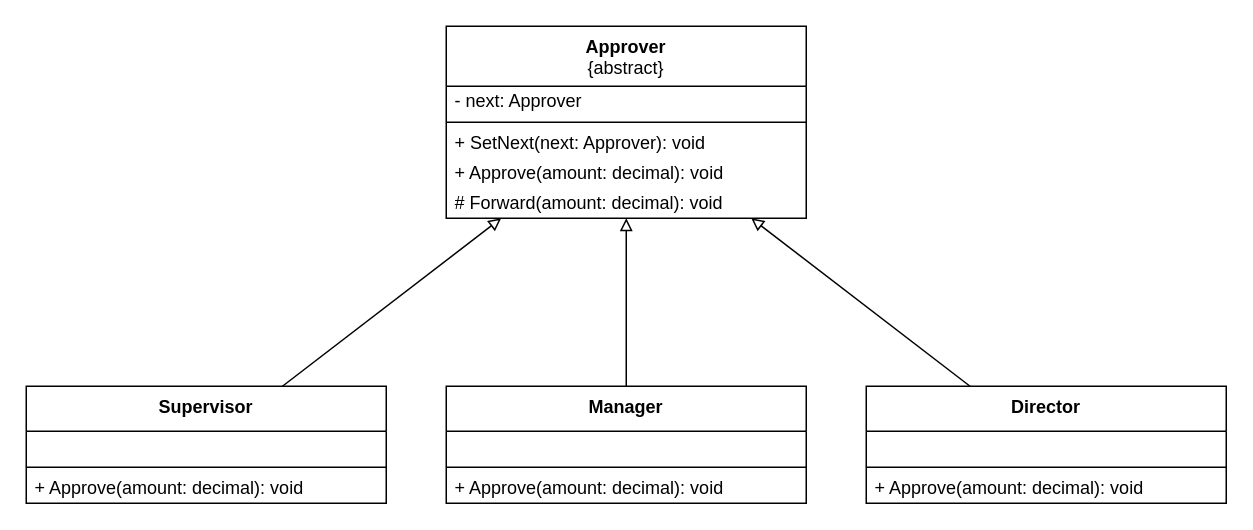
Earlier version of the draw.io diagram src/EJPatrones/GuiaPatrones03Comportamiento/EJ03-ChainOfResponsibility-AprobacionGastos/EJ03-Chain.dio (gastonjavierricchiardi/ejercicios-csharp-utn-2026). Source tidied: cells renumbered, new cells numbered last; positions are measured from the earlier drawing's top-left corner, leaving out a move shared by most shapes. Both pictures are drawn from the tidied source at 150%, with x=0, y=0 at pixel (26, 26).
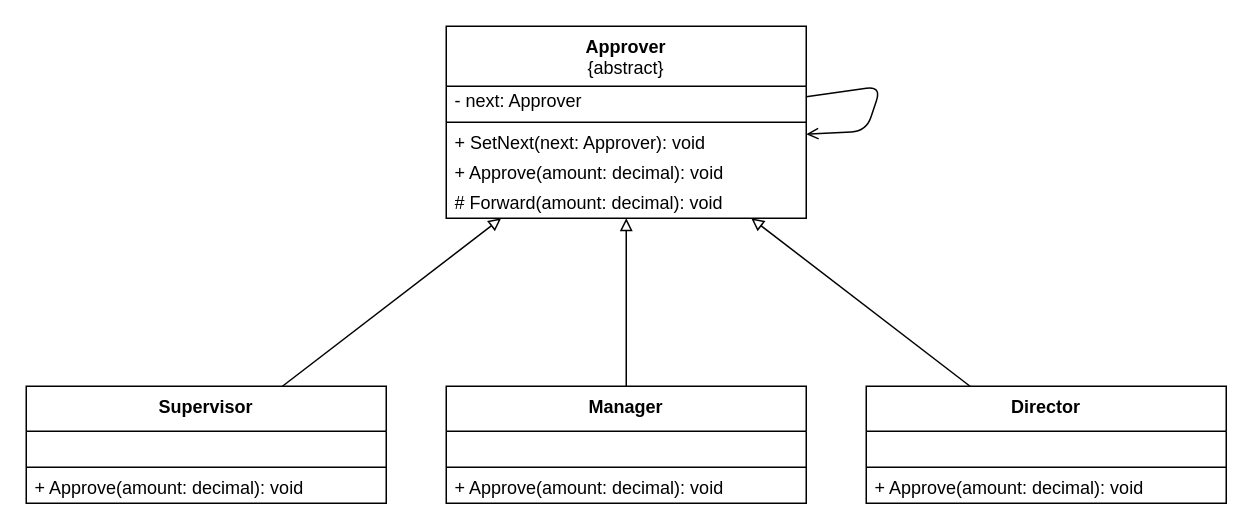
After the change.

The change refers to these unchanged cells:
```xml
<mxCell id="2" value="&lt;b&gt;Approver&lt;/b&gt;&lt;br&gt;{abstract}" style="swimlane;fontStyle=0;align=center;verticalAlign=top;horizontal=1;startSize=40;html=1;whiteSpace=wrap;" parent="1" vertex="1">
  <mxGeometry x="280" width="240" height="128" as="geometry" />
</mxCell>
<mxCell id="5" value="+ SetNext(next: Approver): void" style="text;html=1;strokeColor=none;fillColor=none;align=left;verticalAlign=middle;spacingLeft=4;spacingRight=4;overflow=hidden;points=[[0,0.5],[1,0.5]];portConstraint=eastwest;whiteSpace=wrap;" parent="2" vertex="1">
  <mxGeometry y="68" width="240" height="20" as="geometry" />
</mxCell>
```

What changed in the source:
```diff
@@
+    <mxCell id="23" style="edgeStyle=none;html=1;endArrow=open;endFill=0;" parent="2" edge="1" source="2" target="5">
+      <mxGeometry x="-0.17" relative="1" as="geometry">
+        <Array as="points">
+          <mxPoint x="290" y="40" />
+          <mxPoint x="280" y="70" />
+        </Array>
+      </mxGeometry>
+    </mxCell>
```
